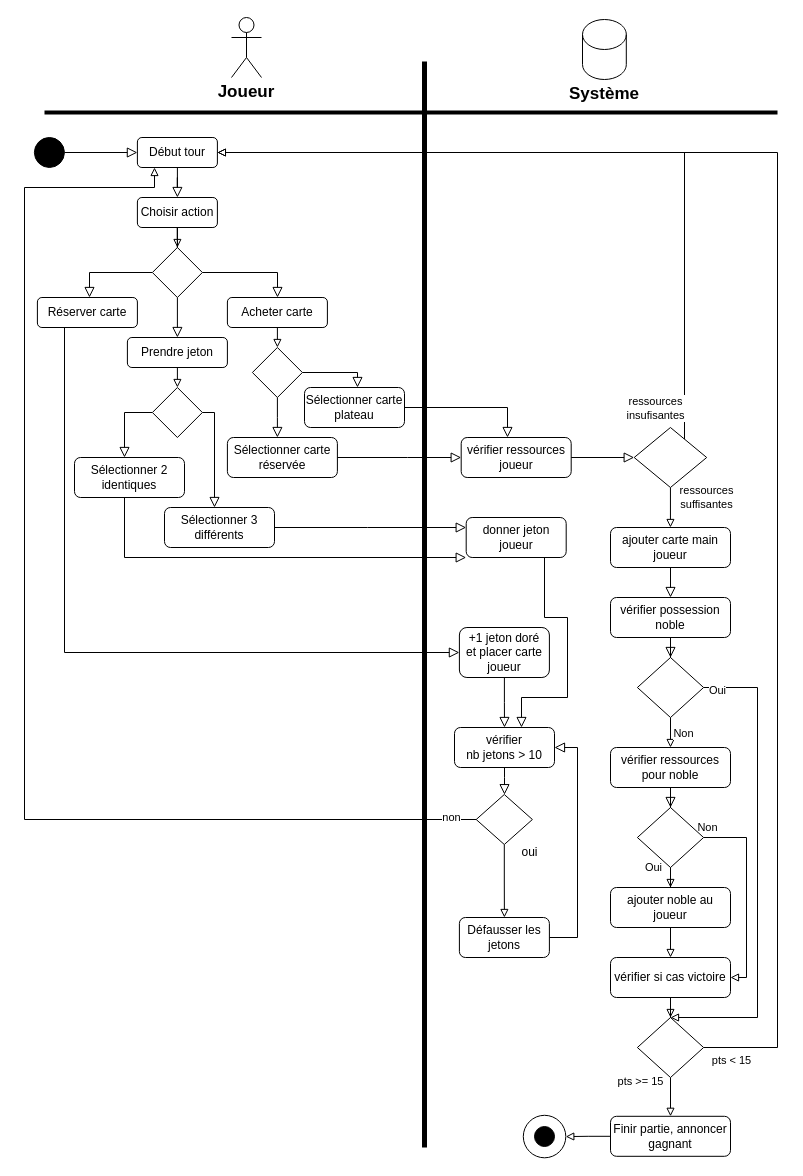
The draw.io diagram Diagrammes/diagramme activité jouer partie.drawio in Igniiis/projet_splendor, before the edit. Source tidied: cells renumbered, new cells numbered last; positions are measured from the earlier drawing's top-left corner, leaving out a move shared by most shapes. Both pictures are drawn from the tidied source at 100%, with x=0, y=0 at pixel (24, 17).
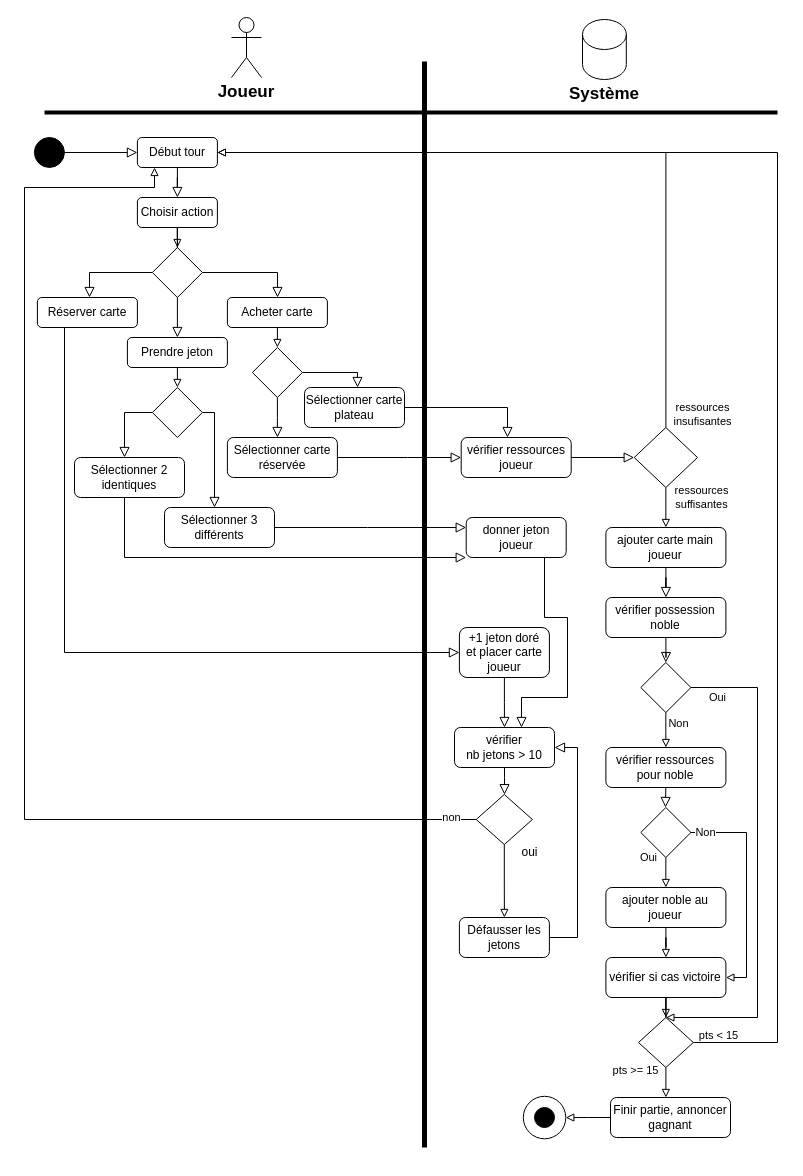
Above is the later version.

Commit message (it also covers changes not shown here):
Mettre à jour diagramme activité jouer partie.drawio

The change refers to these unchanged cells:
```xml
<mxCell id="66" value="Début tour" style="rounded=1;whiteSpace=wrap;html=1;fontSize=12;glass=0;strokeWidth=1;shadow=0;" parent="1" vertex="1">
  <mxGeometry x="112.9" y="120" width="80" height="30" as="geometry" />
</mxCell>
```

The edit, as a diff of the source:
```diff
@@
     <mxCell id="22" style="edgeStyle=orthogonalEdgeStyle;rounded=0;jettySize=auto;html=1;endArrow=block;endFill=0;" parent="1" edge="1" source="25" target="66">
       <mxGeometry relative="1" as="geometry">
         <Array as="points">
-          <mxPoint x="660" y="135" />
+          <mxPoint x="641" y="135" />
         </Array>
       </mxGeometry>
     </mxCell>
     <mxCell id="23" value="ressources &lt;br&gt;insufisantes" style="edgeLabel;html=1;align=center;verticalAlign=middle;" parent="22" vertex="1">
       <mxGeometry x="-0.94" y="3" relative="1" as="geometry">
-        <mxPoint x="-27" y="-8" as="offset" />
+        <mxPoint x="39" y="8" as="offset" />
       </mxGeometry>
     </mxCell>
@@
     <mxCell id="25" style="rhombus;whiteSpace=wrap;html=1;shadow=0;fontFamily=Helvetica;fontSize=12;align=center;strokeWidth=1;spacing=6;spacingTop=-4;" parent="1" vertex="1">
-      <mxGeometry x="609.7" y="410" width="72.5" height="60" as="geometry" />
+      <mxGeometry x="609.7" y="410" width="63.3" height="60" as="geometry" />
     </mxCell>
@@
     <mxCell id="27" value="ajouter carte main joueur" style="rounded=1;whiteSpace=wrap;html=1;fontSize=12;glass=0;strokeWidth=1;shadow=0;" parent="1" vertex="1">
-      <mxGeometry x="586" y="510" width="120" height="40" as="geometry" />
+      <mxGeometry x="581.4" y="510" width="120" height="40" as="geometry" />
     </mxCell>
@@
     <mxCell id="29" value="vérifier possession noble" style="rounded=1;whiteSpace=wrap;html=1;fontSize=12;glass=0;strokeWidth=1;shadow=0;" parent="1" vertex="1">
-      <mxGeometry x="586" y="580" width="120" height="40" as="geometry" />
+      <mxGeometry x="581.4" y="580" width="120" height="40" as="geometry" />
     </mxCell>
     <mxCell id="30" value="Oui" style="edgeStyle=orthogonalEdgeStyle;rounded=0;jettySize=auto;html=1;exitX=1;exitY=0.5;exitDx=0;exitDy=0;endArrow=block;endFill=0;" parent="1" edge="1" source="32" target="45">
-      <mxGeometry x="-0.94" y="-3" relative="1" as="geometry">
+      <mxGeometry x="-0.89" y="-10" relative="1" as="geometry">
         <Array as="points">
+          <mxPoint x="666" y="670" />
           <mxPoint x="733" y="670" />
           <mxPoint x="733" y="1000" />
         </Array>
       </mxGeometry>
     </mxCell>
@@
     <mxCell id="32" style="rhombus;whiteSpace=wrap;html=1;shadow=0;fontFamily=Helvetica;fontSize=12;align=center;strokeWidth=1;spacing=6;spacingTop=-4;" parent="1" vertex="1">
-      <mxGeometry x="612.9" y="640" width="66.2" height="60" as="geometry" />
+      <mxGeometry x="616.3" y="645" width="50.1" height="50" as="geometry" />
     </mxCell>
@@
     <mxCell id="34" value="vérifier ressources pour noble" style="rounded=1;whiteSpace=wrap;html=1;fontSize=12;glass=0;strokeWidth=1;shadow=0;" parent="1" vertex="1">
-      <mxGeometry x="586" y="730" width="120" height="40" as="geometry" />
+      <mxGeometry x="581.4" y="730" width="120" height="40" as="geometry" />
     </mxCell>
@@
     <mxCell id="36" value="Non" style="edgeStyle=orthogonalEdgeStyle;rounded=0;jettySize=auto;html=1;exitX=1;exitY=0.5;exitDx=0;exitDy=0;endArrow=block;endFill=0;" parent="1" edge="1" source="37" target="41">
-      <mxGeometry x="-0.96" y="10" relative="1" as="geometry">
+      <mxGeometry x="-0.86" relative="1" as="geometry">
         <Array as="points">
-          <mxPoint x="722" y="820" />
+          <mxPoint x="722" y="815" />
           <mxPoint x="722" y="960" />
         </Array>
       </mxGeometry>
     </mxCell>
     <mxCell id="37" style="rhombus;whiteSpace=wrap;html=1;shadow=0;fontFamily=Helvetica;fontSize=12;align=center;strokeWidth=1;spacing=6;spacingTop=-4;" parent="1" vertex="1">
-      <mxGeometry x="612.9" y="790" width="66.2" height="60" as="geometry" />
+      <mxGeometry x="616.3" y="790" width="50.1" height="50" as="geometry" />
     </mxCell>
-    <mxCell id="38" style="rounded=0;html=1;jettySize=auto;fontSize=11;endArrow=block;endFill=0;endSize=8;strokeWidth=1;shadow=0;labelBackgroundColor=none;edgeStyle=orthogonalEdgeStyle;" parent="1" edge="1" source="34" target="37">
-      <mxGeometry x="0.33" y="20" relative="1" as="geometry" />
+    <mxCell id="38" style="rounded=0;html=1;jettySize=auto;orthogonalLoop=1;fontSize=11;endArrow=block;endFill=0;endSize=8;strokeWidth=1;shadow=0;labelBackgroundColor=none;edgeStyle=orthogonalEdgeStyle;" parent="1" edge="1">
+      <mxGeometry x="0.33" y="20" relative="1" as="geometry">
+        <mxPoint x="641.3" y="770" as="sourcePoint" />
+        <mxPoint x="641" y="790" as="targetPoint" />
+      </mxGeometry>
     </mxCell>
     <mxCell id="39" value="ajouter noble au joueur" style="rounded=1;whiteSpace=wrap;html=1;fontSize=12;glass=0;strokeWidth=1;shadow=0;" parent="1" vertex="1">
-      <mxGeometry x="586" y="870" width="120" height="40" as="geometry" />
+      <mxGeometry x="581.4" y="870" width="120" height="40" as="geometry" />
     </mxCell>
@@
     <mxCell id="41" value="vérifier si cas victoire" style="rounded=1;whiteSpace=wrap;html=1;fontSize=12;glass=0;strokeWidth=1;shadow=0;" parent="1" vertex="1">
-      <mxGeometry x="586" y="940" width="120" height="40" as="geometry" />
+      <mxGeometry x="581.4" y="940" width="120" height="40" as="geometry" />
     </mxCell>
     <mxCell id="42" style="edgeStyle=orthogonalEdgeStyle;rounded=0;jettySize=auto;html=1;exitX=1;exitY=0.5;exitDx=0;exitDy=0;endArrow=block;endFill=0;" parent="1" edge="1" source="45" target="66">
       <mxGeometry relative="1" as="geometry">
         <Array as="points">
-          <mxPoint x="753" y="1030" />
+          <mxPoint x="753" y="1025" />
           <mxPoint x="753" y="135" />
         </Array>
       </mxGeometry>
     </mxCell>
     <mxCell id="43" value="pts &amp;lt; 15" style="edgeLabel;html=1;align=center;verticalAlign=middle;" parent="42" vertex="1">
       <mxGeometry x="-0.23" y="-2" relative="1" as="geometry">
-        <mxPoint x="-49" y="528" as="offset" />
+        <mxPoint x="-62" y="499" as="offset" />
       </mxGeometry>
     </mxCell>
@@
     <mxCell id="45" style="rhombus;whiteSpace=wrap;html=1;shadow=0;fontFamily=Helvetica;fontSize=12;align=center;strokeWidth=1;spacing=6;spacingTop=-4;" parent="1" vertex="1">
-      <mxGeometry x="612.9" y="1000" width="66.2" height="60" as="geometry" />
+      <mxGeometry x="614" y="1000" width="54.8" height="50" as="geometry" />
     </mxCell>
@@
     <mxCell id="47" value="Finir partie, annoncer gagnant" style="rounded=1;whiteSpace=wrap;html=1;fontSize=12;glass=0;strokeWidth=1;shadow=0;" parent="1" vertex="1">
-      <mxGeometry x="586" y="1098.8" width="120" height="40" as="geometry" />
+      <mxGeometry x="586" y="1080" width="120" height="40" as="geometry" />
     </mxCell>
@@
     <mxCell id="73" style="ellipse;whiteSpace=wrap;html=1;fillColor=none;" parent="1" vertex="1">
-      <mxGeometry x="498.8" y="1097.8" width="42.5" height="42.5" as="geometry" />
+      <mxGeometry x="498.8" y="1078.8" width="42.5" height="42.5" as="geometry" />
     </mxCell>
     <mxCell id="74" style="ellipse;whiteSpace=wrap;html=1;fillColor=#000000;" parent="1" vertex="1">
-      <mxGeometry x="510" y="1109" width="20" height="20" as="geometry" />
+      <mxGeometry x="510" y="1090" width="20" height="20" as="geometry" />
     </mxCell>
```
